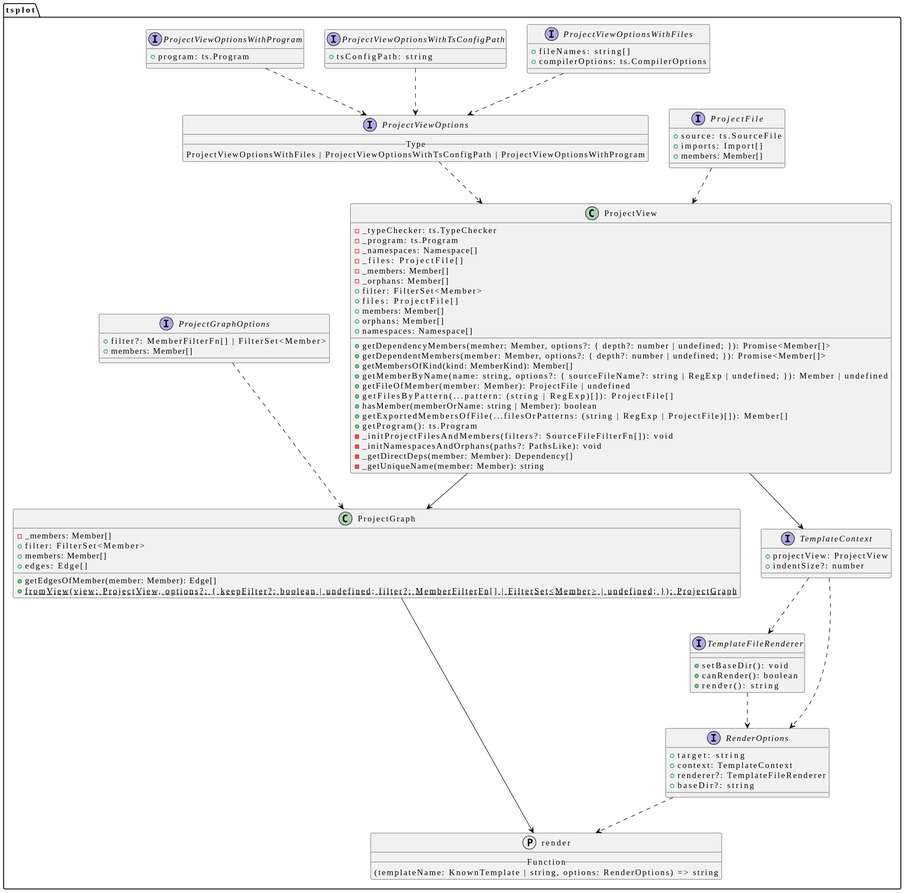
JanUnld/tsplot keeps this PlantUML diagram as assets/svg/example.svg. Above is the earlier version. Source of this version:
```plantuml
@startuml
skinparam DefaultFontName "Operator Mono Lig"
package tsplot {
    interface ProjectFile {
        + source: ts.SourceFile
        + imports: Import[]
        + members: Member[]
    }
    interface ProjectViewOptionsWithFiles {
        + fileNames: string[]
        + compilerOptions: ts.CompilerOptions
    }
    interface ProjectViewOptionsWithTsConfigPath {
        + tsConfigPath: string
    }
    interface ProjectViewOptionsWithProgram {
        + program: ts.Program
    }
    interface ProjectViewOptions {
        __ Type __
        ProjectViewOptionsWithFiles | ProjectViewOptionsWithTsConfigPath | ProjectViewOptionsWithProgram
    }
    class ProjectView {
        - _typeChecker: ts.TypeChecker
        - _program: ts.Program
        - _namespaces: Namespace[]
        - _files: ProjectFile[]
        - _members: Member[]
        - _orphans: Member[]
        + filter: FilterSet<Member>
        + files: ProjectFile[]
        + members: Member[]
        + orphans: Member[]
        + namespaces: Namespace[]
        + getDependencyMembers(member: Member, options?: { depth?: number | undefined; }): Promise<Member[]>
        + getDependentMembers(member: Member, options?: { depth?: number | undefined; }): Promise<Member[]>
        + getMembersOfKind(kind: MemberKind): Member[]
        + getMemberByName(name: string, options?: { sourceFileName?: string | RegExp | undefined; }): Member | undefined
        + getFileOfMember(member: Member): ProjectFile | undefined
        + getFilesByPattern(...pattern: (string | RegExp)[]): ProjectFile[]
        + hasMember(memberOrName: string | Member): boolean
        + getExportedMembersOfFile(...filesOrPatterns: (string | RegExp | ProjectFile)[]): Member[]
        + getProgram(): ts.Program
        - _initProjectFilesAndMembers(filters?: SourceFileFilterFn[]): void
        - _initNamespacesAndOrphans(paths?: PathsLike): void
        - _getDirectDeps(member: Member): Dependency[]
        - _getUniqueName(member: Member): string
    }
    interface ProjectGraphOptions {
        + filter?: MemberFilterFn[] | FilterSet<Member>
        + members: Member[]
    }
    class ProjectGraph {
        - _members: Member[]
        + filter: FilterSet<Member>
        + members: Member[]
        + edges: Edge[]
        + getEdgesOfMember(member: Member): Edge[]
        + {static} fromView(view: ProjectView, options?: { keepFilter?: boolean | undefined; filter?: MemberFilterFn[] | FilterSet<Member> | undefined; }): ProjectGraph
    }
    interface TemplateContext {
        + projectView: ProjectView
        + indentSize?: number
    }
    interface TemplateFileRenderer {
        + setBaseDir(): void
        + canRender(): boolean
        + render(): string
    }
    protocol render {
        __ Function __
        (templateName: KnownTemplate | string, options: RenderOptions) => string
    }
    interface RenderOptions {
        + target: string
        + context: TemplateContext
        + renderer?: TemplateFileRenderer
        + baseDir?: string
    }
}
ProjectViewOptionsWithFiles..>ProjectViewOptions
ProjectViewOptionsWithTsConfigPath..>ProjectViewOptions
ProjectViewOptionsWithProgram..>ProjectViewOptions
ProjectViewOptions..>ProjectView
ProjectFile..>ProjectView
ProjectGraphOptions..>ProjectGraph
ProjectView-->ProjectGraph
ProjectView-->TemplateContext
TemplateContext..>TemplateFileRenderer
TemplateContext..>RenderOptions
TemplateFileRenderer..>RenderOptions
RenderOptions..>render
ProjectGraph-->render
@enduml
```
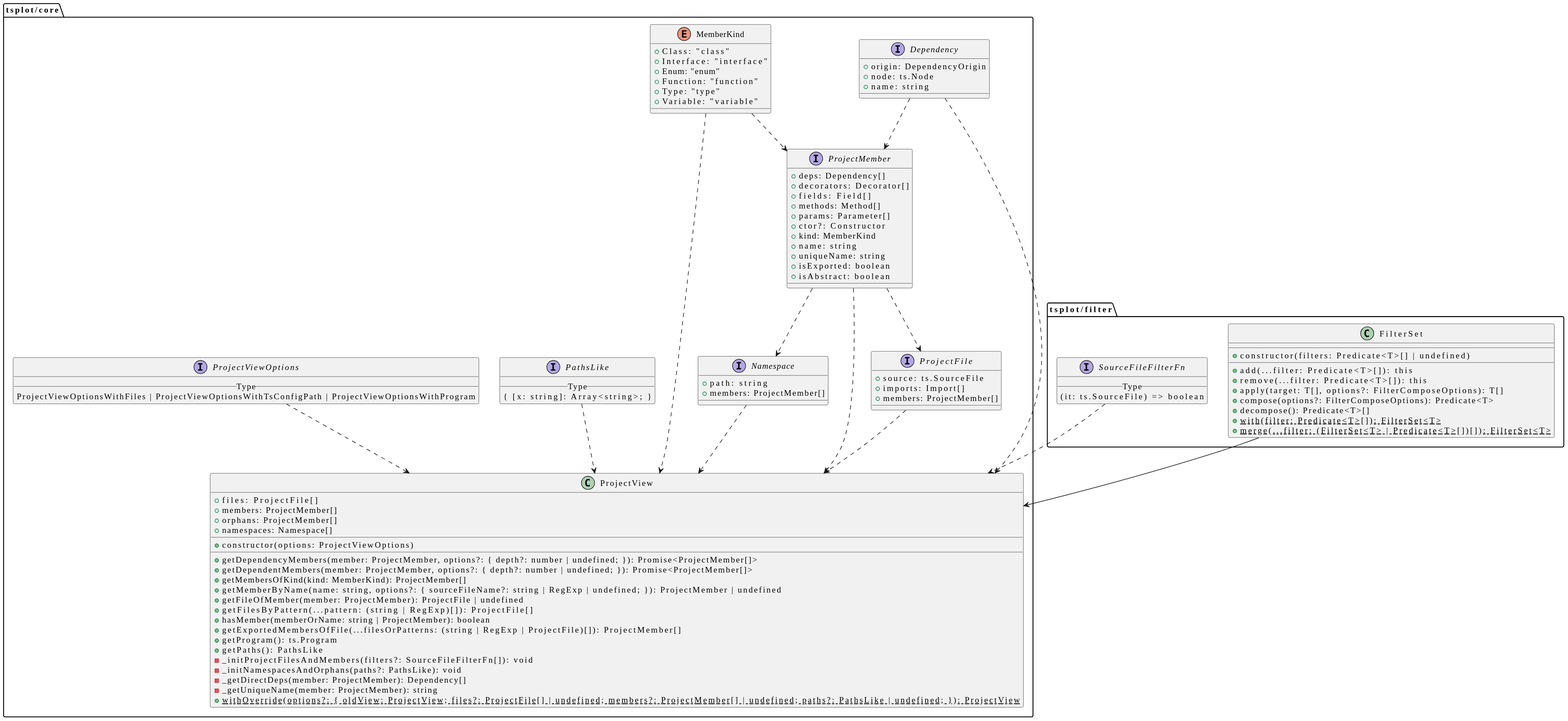
The same diagram one commit later.

What changed in the source:
```diff
@@ -1,94 +1,103 @@
 @startuml
 skinparam DefaultFontName "Operator Mono Lig"
-package tsplot {
+package tsplot/core {
+    interface Dependency {
+        + origin: DependencyOrigin
+        + node: ts.Node
+        + name: string
+    }
+    enum MemberKind {
+        + Class: "class"
+        + Interface: "interface"
+        + Enum: "enum"
+        + Function: "function"
+        + Type: "type"
+        + Variable: "variable"
+    }
+    interface ProjectMember {
+        + deps: Dependency[]
+        + decorators: Decorator[]
+        + fields: Field[]
+        + methods: Method[]
+        + params: Parameter[]
+        + ctor?: Constructor
+        + kind: MemberKind
+        + name: string
+        + uniqueName: string
+        + isExported: boolean
+        + isAbstract: boolean
+    }
     interface ProjectFile {
         + source: ts.SourceFile
         + imports: Import[]
-        + members: Member[]
+        + members: ProjectMember[]
     }
-    interface ProjectViewOptionsWithFiles {
-        + fileNames: string[]
-        + compilerOptions: ts.CompilerOptions
+    interface PathsLike {
+        __ Type __
+        { [x: string]: Array<string>; }
     }
-    interface ProjectViewOptionsWithTsConfigPath {
-        + tsConfigPath: string
-    }
-    interface ProjectViewOptionsWithProgram {
-        + program: ts.Program
+    interface Namespace {
+        + path: string
+        + members: ProjectMember[]
     }
     interface ProjectViewOptions {
         __ Type __
         ProjectViewOptionsWithFiles | ProjectViewOptionsWithTsConfigPath | ProjectViewOptionsWithProgram
     }
     class ProjectView {
-        - _typeChecker: ts.TypeChecker
-        - _program: ts.Program
-        - _namespaces: Namespace[]
-        - _files: ProjectFile[]
-        - _members: Member[]
-        - _orphans: Member[]
-        + filter: FilterSet<Member>
         + files: ProjectFile[]
-        + members: Member[]
-        + orphans: Member[]
+        + members: ProjectMember[]
+        + orphans: ProjectMember[]
         + namespaces: Namespace[]
-        + getDependencyMembers(member: Member, options?: { depth?: number | undefined; }): Promise<Member[]>
-        + getDependentMembers(member: Member, options?: { depth?: number | undefined; }): Promise<Member[]>
-        + getMembersOfKind(kind: MemberKind): Member[]
-        + getMemberByName(name: string, options?: { sourceFileName?: string | RegExp | undefined; }): Member | undefined
-        + getFileOfMember(member: Member): ProjectFile | undefined
+        __
+        + constructor(options: ProjectViewOptions)
+        __
+        + getDependencyMembers(member: ProjectMember, options?: { depth?: number | undefined; }): Promise<ProjectMember[]>
+        + getDependentMembers(member: ProjectMember, options?: { depth?: number | undefined; }): Promise<ProjectMember[]>
+        + getMembersOfKind(kind: MemberKind): ProjectMember[]
+        + getMemberByName(name: string, options?: { sourceFileName?: string | RegExp | undefined; }): ProjectMember | undefined
+        + getFileOfMember(member: ProjectMember): ProjectFile | undefined
         + getFilesByPattern(...pattern: (string | RegExp)[]): ProjectFile[]
-        + hasMember(memberOrName: string | Member): boolean
-        + getExportedMembersOfFile(...filesOrPatterns: (string | RegExp | ProjectFile)[]): Member[]
+        + hasMember(memberOrName: string | ProjectMember): boolean
+        + getExportedMembersOfFile(...filesOrPatterns: (string | RegExp | ProjectFile)[]): ProjectMember[]
         + getProgram(): ts.Program
+        + getPaths(): PathsLike
         - _initProjectFilesAndMembers(filters?: SourceFileFilterFn[]): void
         - _initNamespacesAndOrphans(paths?: PathsLike): void
-        - _getDirectDeps(member: Member): Dependency[]
-        - _getUniqueName(member: Member): string
-    }
-    interface ProjectGraphOptions {
-        + filter?: MemberFilterFn[] | FilterSet<Member>
-        + members: Member[]
-    }
-    class ProjectGraph {
-        - _members: Member[]
-        + filter: FilterSet<Member>
-        + members: Member[]
-        + edges: Edge[]
-        + getEdgesOfMember(member: Member): Edge[]
-        + {static} fromView(view: ProjectView, options?: { keepFilter?: boolean | undefined; filter?: MemberFilterFn[] | FilterSet<Member> | undefined; }): ProjectGraph
-    }
-    interface TemplateContext {
-        + projectView: ProjectView
-        + indentSize?: number
-    }
-    interface TemplateFileRenderer {
-        + setBaseDir(): void
-        + canRender(): boolean
-        + render(): string
-    }
-    protocol render {
-        __ Function __
-        (templateName: KnownTemplate | string, options: RenderOptions) => string
-    }
-    interface RenderOptions {
-        + target: string
-        + context: TemplateContext
-        + renderer?: TemplateFileRenderer
-        + baseDir?: string
+        - _getDirectDeps(member: ProjectMember): Dependency[]
+        - _getUniqueName(member: ProjectMember): string
+        + {static} withOverride(options?: { oldView: ProjectView; files?: ProjectFile[] | undefined; members?: ProjectMember[] | undefined; paths?: PathsLike | undefined; }): ProjectView
     }
 }
-ProjectViewOptionsWithFiles..>ProjectViewOptions
-ProjectViewOptionsWithTsConfigPath..>ProjectViewOptions
-ProjectViewOptionsWithProgram..>ProjectViewOptions
+package tsplot/filter {
+    class FilterSet {
+        __
+        + constructor(filters: Predicate<T>[] | undefined)
+        __
+        + add(...filter: Predicate<T>[]): this
+        + remove(...filter: Predicate<T>[]): this
+        + apply(target: T[], options?: FilterComposeOptions): T[]
+        + compose(options?: FilterComposeOptions): Predicate<T>
+        + decompose(): Predicate<T>[]
+        + {static} with(filter: Predicate<T>[]): FilterSet<T>
+        + {static} merge(...filter: (FilterSet<T> | Predicate<T>[])[]): FilterSet<T>
+    }
+    interface SourceFileFilterFn {
+        __ Type __
+        (it: ts.SourceFile) => boolean
+    }
+}
+ProjectMember..>Namespace
+ProjectMember..>ProjectFile
+Dependency..>ProjectMember
+MemberKind..>ProjectMember
 ProjectViewOptions..>ProjectView
+Namespace..>ProjectView
 ProjectFile..>ProjectView
-ProjectGraphOptions..>ProjectGraph
-ProjectView-->ProjectGraph
-ProjectView-->TemplateContext
-TemplateContext..>TemplateFileRenderer
-TemplateContext..>RenderOptions
-TemplateFileRenderer..>RenderOptions
-RenderOptions..>render
-ProjectGraph-->render
+ProjectMember..>ProjectView
+PathsLike..>ProjectView
+FilterSet-->ProjectView
+MemberKind..>ProjectView
+SourceFileFilterFn..>ProjectView
+Dependency..>ProjectView
 @enduml
```
